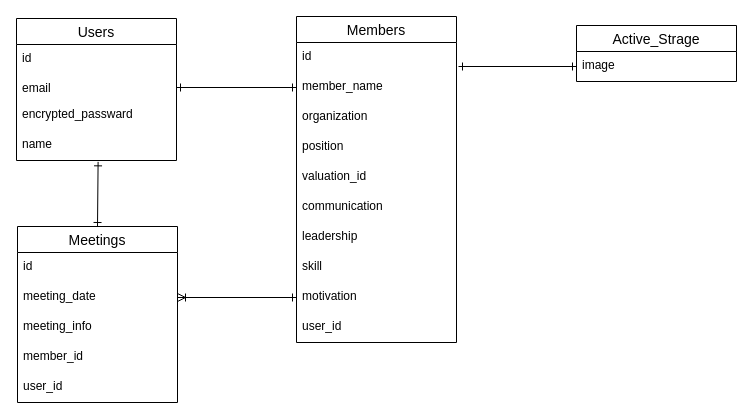
Above: rms.dio in katsu-skillup/hrms (draw.io), before the change. Source tidied: cells renumbered, new cells numbered last; positions are measured from the earlier drawing's top-left corner, leaving out a move shared by most shapes. Both pictures are drawn from the tidied source at 100%, with x=0, y=0 at pixel (16, 16).
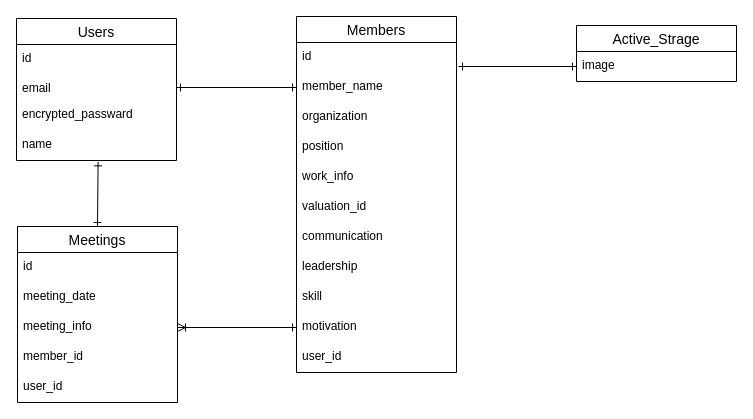
Above is the later version.

Commit message (it also covers changes not shown here):
テーブル設計

The change refers to these unchanged cells:
```xml
<mxCell id="25" value="meeting_date" style="text;strokeColor=none;fillColor=none;spacingLeft=4;spacingRight=4;overflow=hidden;points=[[0,0.5],[1,0.5]];portConstraint=eastwest;fontSize=12;" parent="23" vertex="1">
  <mxGeometry y="56" width="160" height="30" as="geometry" />
</mxCell>
<mxCell id="26" value="meeting_info" style="text;strokeColor=none;fillColor=none;spacingLeft=4;spacingRight=4;overflow=hidden;points=[[0,0.5],[1,0.5]];portConstraint=eastwest;fontSize=12;" parent="23" vertex="1">
  <mxGeometry y="86" width="160" height="30" as="geometry" />
</mxCell>
```

What changed in the source:
```diff
@@
     <mxCell id="7" value="Members" style="swimlane;fontStyle=0;horizontal=1;startSize=26;align=center;fontSize=14;" parent="1" vertex="1">
-      <mxGeometry x="280" width="160" height="326" as="geometry" />
+      <mxGeometry x="280" width="160" height="356" as="geometry" />
     </mxCell>
@@
-    <mxCell id="12" value="valuation_id" style="text;strokeColor=none;fillColor=none;spacingLeft=4;spacingRight=4;overflow=hidden;fontSize=12;" parent="7" vertex="1">
+    <mxCell id="12" value="work_info" style="text;strokeColor=none;fillColor=none;spacingLeft=4;spacingRight=4;overflow=hidden;fontSize=12;" parent="7" vertex="1">
       <mxGeometry y="146" width="160" height="30" as="geometry" />
     </mxCell>
+    <mxCell id="32" value="valuation_id" style="text;strokeColor=none;fillColor=none;spacingLeft=4;spacingRight=4;overflow=hidden;fontSize=12;" parent="7" vertex="1">
+      <mxGeometry y="176" width="160" height="30" as="geometry" />
+    </mxCell>
     <mxCell id="13" value="communication" style="text;strokeColor=none;fillColor=none;spacingLeft=4;spacingRight=4;overflow=hidden;fontSize=12;" parent="7" vertex="1">
-      <mxGeometry y="176" width="160" height="30" as="geometry" />
+      <mxGeometry y="206" width="160" height="30" as="geometry" />
     </mxCell>
     <mxCell id="14" value="leadership" style="text;strokeColor=none;fillColor=none;spacingLeft=4;spacingRight=4;overflow=hidden;fontSize=12;" parent="7" vertex="1">
-      <mxGeometry y="206" width="160" height="30" as="geometry" />
+      <mxGeometry y="236" width="160" height="30" as="geometry" />
     </mxCell>
     <mxCell id="15" value="skill" style="text;strokeColor=none;fillColor=none;spacingLeft=4;spacingRight=4;overflow=hidden;fontSize=12;" parent="7" vertex="1">
-      <mxGeometry y="236" width="160" height="30" as="geometry" />
+      <mxGeometry y="266" width="160" height="30" as="geometry" />
     </mxCell>
     <mxCell id="16" value="motivation" style="text;strokeColor=none;fillColor=none;spacingLeft=4;spacingRight=4;overflow=hidden;points=[[0,0.5],[1,0.5]];portConstraint=eastwest;fontSize=12;" parent="7" vertex="1">
-      <mxGeometry y="266" width="160" height="30" as="geometry" />
+      <mxGeometry y="296" width="160" height="30" as="geometry" />
     </mxCell>
     <mxCell id="17" value="user_id" style="text;strokeColor=none;fillColor=none;spacingLeft=4;spacingRight=4;overflow=hidden;fontSize=12;" parent="7" vertex="1">
-      <mxGeometry y="296" width="160" height="30" as="geometry" />
+      <mxGeometry y="326" width="160" height="30" as="geometry" />
     </mxCell>
@@
-    <mxCell id="30" style="edgeStyle=none;rounded=0;jettySize=auto;html=1;startArrow=ERoneToMany;startFill=0;endArrow=ERone;endFill=0;exitX=1;exitY=0.5;exitDx=0;exitDy=0;entryX=0;entryY=0.5;entryDx=0;entryDy=0;" parent="1" edge="1" source="25" target="16">
+    <mxCell id="30" style="edgeStyle=none;rounded=0;jettySize=auto;html=1;startArrow=ERoneToMany;startFill=0;endArrow=ERone;endFill=0;exitX=1;exitY=0.5;exitDx=0;exitDy=0;entryX=0;entryY=0.5;entryDx=0;entryDy=0;" parent="1" edge="1" source="26" target="16">
       <mxGeometry relative="1" as="geometry" />
     </mxCell>
```
